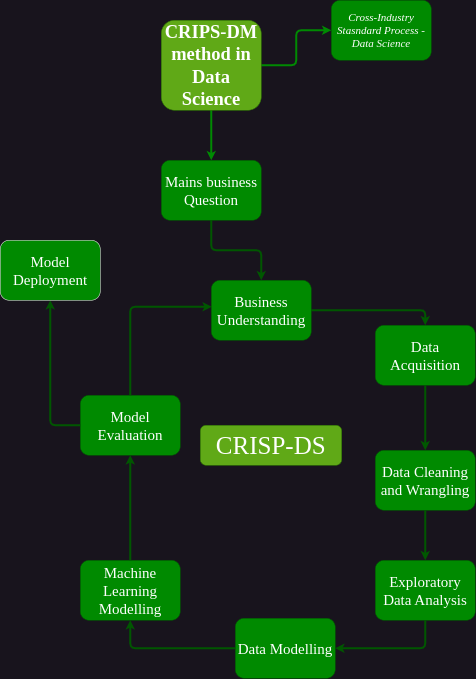
The draw.io diagram img/crisp_ds.png in brunopiato/RossmannProject, before a commit. Source tidied: cells renumbered, new cells last; positions are measured from the earlier drawing's top-left corner, leaving out a move shared by most shapes. The source it was exported from:
```xml
<mxGraphModel>
  <root>
    <mxCell id="0" />
    <mxCell id="1" parent="0" />
    <mxCell id="2" style="edgeStyle=orthogonalEdgeStyle;jettySize=auto;html=1;exitX=1;exitY=0.5;exitDx=0;exitDy=0;entryX=0;entryY=0.5;entryDx=0;entryDy=0;strokeColor=#008A02;strokeWidth=4;fontSize=20;fontFamily=FiraCode;" parent="1" edge="1" source="4" target="5">
      <mxGeometry relative="1" as="geometry" />
    </mxCell>
    <mxCell id="3" style="edgeStyle=orthogonalEdgeStyle;jettySize=auto;html=1;exitX=0.5;exitY=1;exitDx=0;exitDy=0;entryX=0.5;entryY=0;entryDx=0;entryDy=0;strokeColor=#008A02;strokeWidth=4;fontSize=20;fontFamily=FiraCode;" parent="1" edge="1" source="4" target="7">
      <mxGeometry relative="1" as="geometry" />
    </mxCell>
    <mxCell id="4" value="&lt;strong style=&quot;font-size: 37px;&quot;&gt;&lt;font style=&quot;font-size: 37px;&quot;&gt;CRIPS-DM method in Data Science&lt;/font&gt;&lt;/strong&gt;" style="rounded=1;whiteSpace=wrap;html=1;fontSize=37;fillColor=#60a917;fontColor=#ffffff;strokeColor=#2D7600;fontFamily=FiraCode;" parent="1" vertex="1">
      <mxGeometry x="322" y="40" width="200" height="180" as="geometry" />
    </mxCell>
    <mxCell id="5" value="&lt;em style=&quot;font-size: 22px;&quot;&gt;&lt;font style=&quot;font-size: 22px;&quot;&gt;Cross-Industry Stasndard Process - Data Science&lt;/font&gt;&lt;/em&gt;" style="rounded=1;whiteSpace=wrap;html=1;fontSize=22;fillColor=#008a00;fontColor=#ffffff;strokeColor=#005700;fontFamily=FiraCode;" parent="1" vertex="1">
      <mxGeometry x="662" width="200" height="120" as="geometry" />
    </mxCell>
    <mxCell id="6" style="edgeStyle=orthogonalEdgeStyle;jettySize=auto;html=1;exitX=0.5;exitY=1;exitDx=0;exitDy=0;entryX=0.5;entryY=0;entryDx=0;entryDy=0;strokeColor=#005700;strokeWidth=4;fontSize=20;fillColor=#008a00;fontFamily=FiraCode;" parent="1" edge="1" source="7" target="21">
      <mxGeometry relative="1" as="geometry" />
    </mxCell>
    <mxCell id="7" value="Mains business Question" style="rounded=1;whiteSpace=wrap;html=1;fontSize=30;fillColor=#008a00;fontColor=#ffffff;strokeColor=#005700;fontFamily=FiraCode;" parent="1" vertex="1">
      <mxGeometry x="322" y="320" width="200" height="120" as="geometry" />
    </mxCell>
    <mxCell id="8" style="edgeStyle=orthogonalEdgeStyle;jettySize=auto;html=1;exitX=0.5;exitY=1;exitDx=0;exitDy=0;entryX=1;entryY=0.5;entryDx=0;entryDy=0;strokeColor=#005700;strokeWidth=4;fontSize=20;fillColor=#008a00;fontFamily=FiraCode;" parent="1" edge="1" source="9" target="13">
      <mxGeometry relative="1" as="geometry" />
    </mxCell>
    <mxCell id="9" value="Exploratory Data Analysis" style="rounded=1;whiteSpace=wrap;html=1;fontSize=30;fillColor=#008a00;fontColor=#ffffff;strokeColor=#005700;fontFamily=FiraCode;" parent="1" vertex="1">
      <mxGeometry x="750" y="1120" width="200" height="120" as="geometry" />
    </mxCell>
    <mxCell id="10" style="edgeStyle=orthogonalEdgeStyle;jettySize=auto;html=1;exitX=0.5;exitY=1;exitDx=0;exitDy=0;entryX=0.5;entryY=0;entryDx=0;entryDy=0;strokeColor=#005700;strokeWidth=4;fontSize=20;fillColor=#008a00;fontFamily=FiraCode;" parent="1" edge="1" source="11" target="9">
      <mxGeometry relative="1" as="geometry" />
    </mxCell>
    <mxCell id="11" value="Data Cleaning and Wrangling" style="rounded=1;whiteSpace=wrap;html=1;fontSize=30;fillColor=#008a00;fontColor=#ffffff;strokeColor=#005700;fontFamily=FiraCode;" parent="1" vertex="1">
      <mxGeometry x="750" y="900" width="200" height="120" as="geometry" />
    </mxCell>
    <mxCell id="12" style="edgeStyle=orthogonalEdgeStyle;jettySize=auto;html=1;exitX=0;exitY=0.5;exitDx=0;exitDy=0;strokeColor=#005700;strokeWidth=4;fontSize=20;fillColor=#008a00;fontFamily=FiraCode;entryX=0.5;entryY=1;entryDx=0;entryDy=0;" parent="1" edge="1" source="13" target="15">
      <mxGeometry relative="1" as="geometry" />
    </mxCell>
    <mxCell id="13" value="Data Modelling" style="rounded=1;whiteSpace=wrap;html=1;fontSize=30;fillColor=#008a00;fontColor=#ffffff;strokeColor=#005700;fontFamily=FiraCode;" parent="1" vertex="1">
      <mxGeometry x="470" y="1236" width="200" height="120" as="geometry" />
    </mxCell>
    <mxCell id="14" style="edgeStyle=orthogonalEdgeStyle;rounded=1;jettySize=auto;html=1;fontSize=20;fontFamily=FiraCode;strokeColor=#005700;strokeWidth=4;fillColor=#008a00;" parent="1" edge="1" source="15" target="18">
      <mxGeometry relative="1" as="geometry" />
    </mxCell>
    <mxCell id="15" value="Machine Learning Modelling" style="rounded=1;whiteSpace=wrap;html=1;fontSize=30;fillColor=#008a00;fontColor=#ffffff;strokeColor=#005700;fontFamily=FiraCode;" parent="1" vertex="1">
      <mxGeometry x="160" y="1120" width="200" height="120" as="geometry" />
    </mxCell>
    <mxCell id="16" style="edgeStyle=orthogonalEdgeStyle;rounded=1;jettySize=auto;html=1;exitX=0.5;exitY=0;exitDx=0;exitDy=0;entryX=0.005;entryY=0.442;entryDx=0;entryDy=0;entryPerimeter=0;fontSize=20;fontFamily=FiraCode;strokeColor=#005700;strokeWidth=4;fillColor=#008a00;" parent="1" edge="1" source="18" target="21">
      <mxGeometry relative="1" as="geometry" />
    </mxCell>
    <mxCell id="17" style="edgeStyle=orthogonalEdgeStyle;rounded=1;jettySize=auto;html=1;exitX=0;exitY=0.5;exitDx=0;exitDy=0;entryX=0.5;entryY=1;entryDx=0;entryDy=0;fontSize=20;fontFamily=FiraCode;strokeColor=#005700;strokeWidth=4;fillColor=#008a00;" parent="1" edge="1" source="18" target="19">
      <mxGeometry relative="1" as="geometry" />
    </mxCell>
    <mxCell id="18" value="Model Evaluation" style="rounded=1;whiteSpace=wrap;html=1;fontSize=30;fillColor=#008a00;fontColor=#ffffff;strokeColor=#005700;fontFamily=FiraCode;" parent="1" vertex="1">
      <mxGeometry x="160" y="790" width="200" height="120" as="geometry" />
    </mxCell>
    <mxCell id="19" value="Model Deployment" style="rounded=1;whiteSpace=wrap;html=1;fontSize=30;fillColor=#008a00;fontColor=#ffffff;strokeColor=default;fontFamily=FiraCode;" parent="1" vertex="1">
      <mxGeometry y="480" width="200" height="120" as="geometry" />
    </mxCell>
    <mxCell id="20" style="edgeStyle=orthogonalEdgeStyle;rounded=1;jettySize=auto;html=1;exitX=1;exitY=0.5;exitDx=0;exitDy=0;entryX=0.5;entryY=0;entryDx=0;entryDy=0;fontSize=20;fontFamily=FiraCode;strokeColor=#005700;strokeWidth=4;fillColor=#008a00;" parent="1" edge="1" source="21" target="24">
      <mxGeometry relative="1" as="geometry" />
    </mxCell>
    <mxCell id="21" value="Business Understanding" style="rounded=1;whiteSpace=wrap;html=1;fontSize=30;fillColor=#008a00;fontColor=#ffffff;strokeColor=#005700;fontFamily=FiraCode;" parent="1" vertex="1">
      <mxGeometry x="422" y="560" width="200" height="120" as="geometry" />
    </mxCell>
    <mxCell id="22" value="&lt;font style=&quot;font-size: 50px;&quot;&gt;CRISP-DS&lt;/font&gt;" style="text;strokeColor=#2D7600;fillColor=#60a917;align=center;verticalAlign=middle;spacingLeft=4;spacingRight=4;overflow=hidden;whiteSpace=wrap;html=1;fontSize=20;fontColor=#ffffff;fontFamily=FiraCode;rounded=1;" parent="1" vertex="1">
      <mxGeometry x="400" y="850" width="283" height="80" as="geometry" />
    </mxCell>
    <mxCell id="23" style="edgeStyle=orthogonalEdgeStyle;rounded=1;jettySize=auto;html=1;fontSize=20;fontFamily=FiraCode;strokeColor=#005700;strokeWidth=4;fillColor=#008a00;" parent="1" edge="1" source="24" target="11">
      <mxGeometry relative="1" as="geometry" />
    </mxCell>
    <mxCell id="24" value="Data Acquisition" style="rounded=1;whiteSpace=wrap;html=1;fontSize=30;fillColor=#008a00;fontColor=#ffffff;strokeColor=#005700;fontFamily=FiraCode;" parent="1" vertex="1">
      <mxGeometry x="750" y="650" width="200" height="120" as="geometry" />
    </mxCell>
  </root>
</mxGraphModel>
```
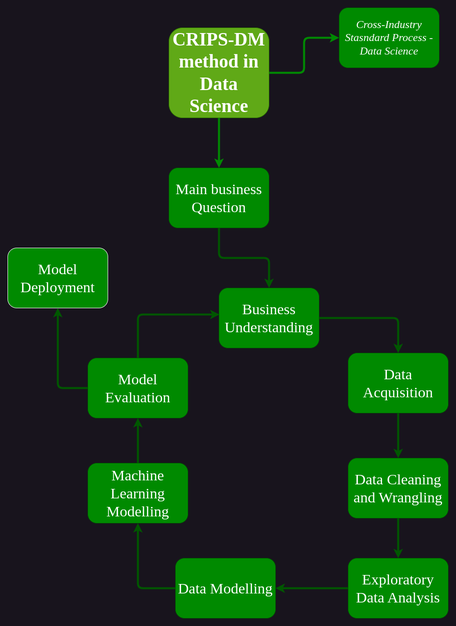
Above is the later version.

The edit, as a diff of the source:
```diff
@@ -17,32 +17,32 @@
     <mxCell id="6" style="edgeStyle=orthogonalEdgeStyle;jettySize=auto;html=1;exitX=0.5;exitY=1;exitDx=0;exitDy=0;entryX=0.5;entryY=0;entryDx=0;entryDy=0;strokeColor=#005700;strokeWidth=4;fontSize=20;fillColor=#008a00;fontFamily=FiraCode;" parent="1" edge="1" source="7" target="21">
       <mxGeometry relative="1" as="geometry" />
     </mxCell>
-    <mxCell id="7" value="Mains business Question" style="rounded=1;whiteSpace=wrap;html=1;fontSize=30;fillColor=#008a00;fontColor=#ffffff;strokeColor=#005700;fontFamily=FiraCode;" parent="1" vertex="1">
+    <mxCell id="7" value="Main business Question" style="rounded=1;whiteSpace=wrap;html=1;fontSize=30;fillColor=#008a00;fontColor=#ffffff;strokeColor=#005700;fontFamily=FiraCode;" parent="1" vertex="1">
       <mxGeometry x="322" y="320" width="200" height="120" as="geometry" />
     </mxCell>
-    <mxCell id="8" style="edgeStyle=orthogonalEdgeStyle;jettySize=auto;html=1;exitX=0.5;exitY=1;exitDx=0;exitDy=0;entryX=1;entryY=0.5;entryDx=0;entryDy=0;strokeColor=#005700;strokeWidth=4;fontSize=20;fillColor=#008a00;fontFamily=FiraCode;" parent="1" edge="1" source="9" target="13">
+    <mxCell id="8" style="edgeStyle=orthogonalEdgeStyle;jettySize=auto;html=1;exitX=0;exitY=0.5;exitDx=0;exitDy=0;entryX=1;entryY=0.5;entryDx=0;entryDy=0;strokeColor=#005700;strokeWidth=4;fontSize=20;fillColor=#008a00;fontFamily=FiraCode;" parent="1" edge="1" source="9" target="13">
       <mxGeometry relative="1" as="geometry" />
     </mxCell>
     <mxCell id="9" value="Exploratory Data Analysis" style="rounded=1;whiteSpace=wrap;html=1;fontSize=30;fillColor=#008a00;fontColor=#ffffff;strokeColor=#005700;fontFamily=FiraCode;" parent="1" vertex="1">
-      <mxGeometry x="750" y="1120" width="200" height="120" as="geometry" />
+      <mxGeometry x="680" y="1100" width="200" height="120" as="geometry" />
     </mxCell>
     <mxCell id="10" style="edgeStyle=orthogonalEdgeStyle;jettySize=auto;html=1;exitX=0.5;exitY=1;exitDx=0;exitDy=0;entryX=0.5;entryY=0;entryDx=0;entryDy=0;strokeColor=#005700;strokeWidth=4;fontSize=20;fillColor=#008a00;fontFamily=FiraCode;" parent="1" edge="1" source="11" target="9">
       <mxGeometry relative="1" as="geometry" />
     </mxCell>
     <mxCell id="11" value="Data Cleaning and Wrangling" style="rounded=1;whiteSpace=wrap;html=1;fontSize=30;fillColor=#008a00;fontColor=#ffffff;strokeColor=#005700;fontFamily=FiraCode;" parent="1" vertex="1">
-      <mxGeometry x="750" y="900" width="200" height="120" as="geometry" />
+      <mxGeometry x="680" y="900" width="200" height="120" as="geometry" />
     </mxCell>
     <mxCell id="12" style="edgeStyle=orthogonalEdgeStyle;jettySize=auto;html=1;exitX=0;exitY=0.5;exitDx=0;exitDy=0;strokeColor=#005700;strokeWidth=4;fontSize=20;fillColor=#008a00;fontFamily=FiraCode;entryX=0.5;entryY=1;entryDx=0;entryDy=0;" parent="1" edge="1" source="13" target="15">
       <mxGeometry relative="1" as="geometry" />
     </mxCell>
     <mxCell id="13" value="Data Modelling" style="rounded=1;whiteSpace=wrap;html=1;fontSize=30;fillColor=#008a00;fontColor=#ffffff;strokeColor=#005700;fontFamily=FiraCode;" parent="1" vertex="1">
-      <mxGeometry x="470" y="1236" width="200" height="120" as="geometry" />
+      <mxGeometry x="335" y="1100" width="200" height="120" as="geometry" />
     </mxCell>
     <mxCell id="14" style="edgeStyle=orthogonalEdgeStyle;rounded=1;jettySize=auto;html=1;fontSize=20;fontFamily=FiraCode;strokeColor=#005700;strokeWidth=4;fillColor=#008a00;" parent="1" edge="1" source="15" target="18">
       <mxGeometry relative="1" as="geometry" />
     </mxCell>
     <mxCell id="15" value="Machine Learning Modelling" style="rounded=1;whiteSpace=wrap;html=1;fontSize=30;fillColor=#008a00;fontColor=#ffffff;strokeColor=#005700;fontFamily=FiraCode;" parent="1" vertex="1">
-      <mxGeometry x="160" y="1120" width="200" height="120" as="geometry" />
+      <mxGeometry x="160" y="910" width="200" height="120" as="geometry" />
     </mxCell>
     <mxCell id="16" style="edgeStyle=orthogonalEdgeStyle;rounded=1;jettySize=auto;html=1;exitX=0.5;exitY=0;exitDx=0;exitDy=0;entryX=0.005;entryY=0.442;entryDx=0;entryDy=0;entryPerimeter=0;fontSize=20;fontFamily=FiraCode;strokeColor=#005700;strokeWidth=4;fillColor=#008a00;" parent="1" edge="1" source="18" target="21">
       <mxGeometry relative="1" as="geometry" />
@@ -51,7 +51,7 @@
       <mxGeometry relative="1" as="geometry" />
     </mxCell>
     <mxCell id="18" value="Model Evaluation" style="rounded=1;whiteSpace=wrap;html=1;fontSize=30;fillColor=#008a00;fontColor=#ffffff;strokeColor=#005700;fontFamily=FiraCode;" parent="1" vertex="1">
-      <mxGeometry x="160" y="790" width="200" height="120" as="geometry" />
+      <mxGeometry x="160" y="700" width="200" height="120" as="geometry" />
     </mxCell>
     <mxCell id="19" value="Model Deployment" style="rounded=1;whiteSpace=wrap;html=1;fontSize=30;fillColor=#008a00;fontColor=#ffffff;strokeColor=default;fontFamily=FiraCode;" parent="1" vertex="1">
       <mxGeometry y="480" width="200" height="120" as="geometry" />
@@ -62,14 +62,11 @@
     <mxCell id="21" value="Business Understanding" style="rounded=1;whiteSpace=wrap;html=1;fontSize=30;fillColor=#008a00;fontColor=#ffffff;strokeColor=#005700;fontFamily=FiraCode;" parent="1" vertex="1">
       <mxGeometry x="422" y="560" width="200" height="120" as="geometry" />
     </mxCell>
-    <mxCell id="22" value="&lt;font style=&quot;font-size: 50px;&quot;&gt;CRISP-DS&lt;/font&gt;" style="text;strokeColor=#2D7600;fillColor=#60a917;align=center;verticalAlign=middle;spacingLeft=4;spacingRight=4;overflow=hidden;whiteSpace=wrap;html=1;fontSize=20;fontColor=#ffffff;fontFamily=FiraCode;rounded=1;" parent="1" vertex="1">
-      <mxGeometry x="400" y="850" width="283" height="80" as="geometry" />
-    </mxCell>
     <mxCell id="23" style="edgeStyle=orthogonalEdgeStyle;rounded=1;jettySize=auto;html=1;fontSize=20;fontFamily=FiraCode;strokeColor=#005700;strokeWidth=4;fillColor=#008a00;" parent="1" edge="1" source="24" target="11">
       <mxGeometry relative="1" as="geometry" />
     </mxCell>
     <mxCell id="24" value="Data Acquisition" style="rounded=1;whiteSpace=wrap;html=1;fontSize=30;fillColor=#008a00;fontColor=#ffffff;strokeColor=#005700;fontFamily=FiraCode;" parent="1" vertex="1">
-      <mxGeometry x="750" y="650" width="200" height="120" as="geometry" />
+      <mxGeometry x="680" y="690" width="200" height="120" as="geometry" />
     </mxCell>
   </root>
 </mxGraphModel>
```
